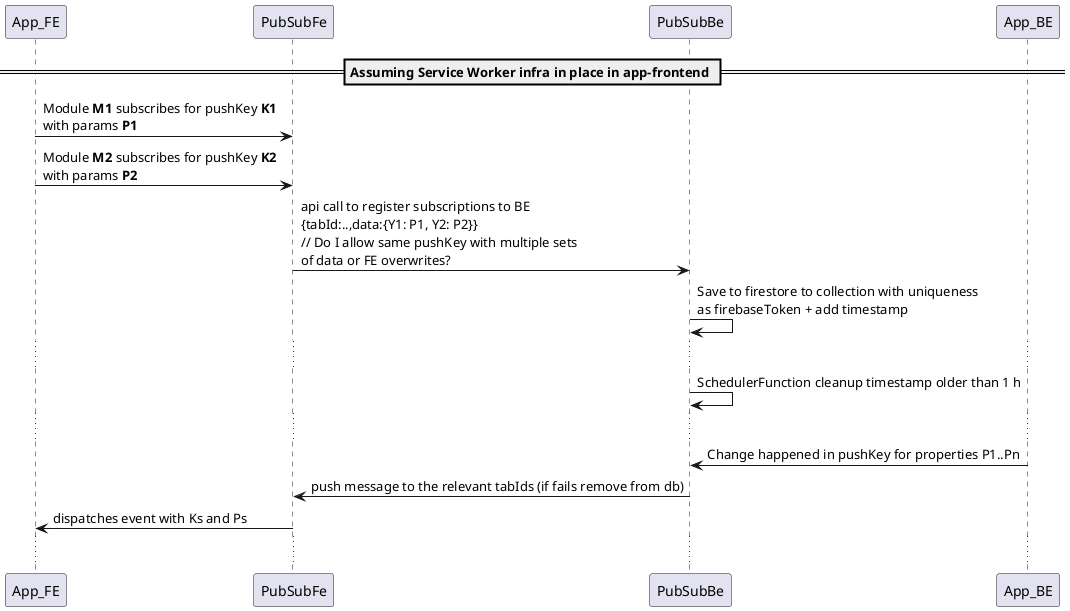
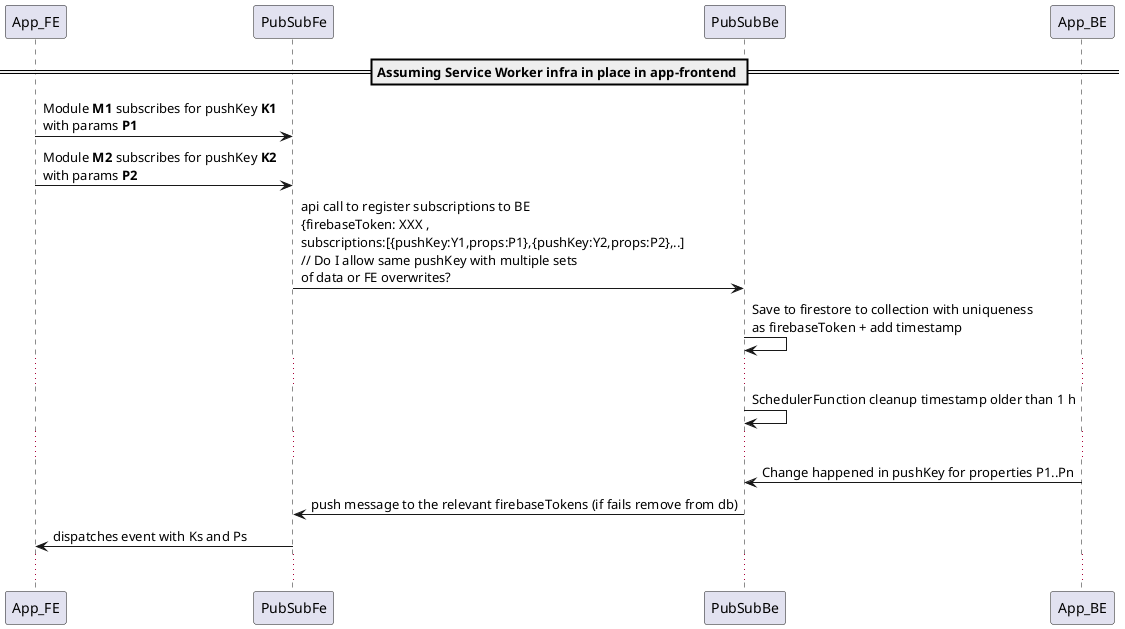
@startuml
participant App_FE
participant PubSubFe
participant PubSubBe
participant App_BE

== Assuming Service Worker infra in place in app-frontend ==

App_FE -> PubSubFe: Module <b>M1</b> subscribes for pushKey <b>K1</b>\nwith params <b>P1</b>
App_FE -> PubSubFe: Module <b>M2</b> subscribes for pushKey <b>K2</b>\nwith params <b>P2</b>
- PubSubFe -> PubSubBe: api call to register subscriptions to BE \n{tabId:..,data:{Y1: P1, Y2: P2}}\n// Do I allow same pushKey with multiple sets\nof data or FE overwrites?
+ PubSubFe -> PubSubBe: api call to register subscriptions to BE \n{firebaseToken: XXX ,\nsubscriptions:[{pushKey:Y1,props:P1},{pushKey:Y2,props:P2},..]\n// Do I allow same pushKey with multiple sets\nof data or FE overwrites?
PubSubBe -> PubSubBe: Save to firestore to collection with uniqueness\nas firebaseToken + add timestamp
...
PubSubBe -> PubSubBe: SchedulerFunction cleanup timestamp older than 1 h
...
App_BE -> PubSubBe: Change happened in pushKey for properties P1..Pn
- PubSubBe -> PubSubFe: push message to the relevant tabIds (if fails remove from db)
+ PubSubBe -> PubSubFe: push message to the relevant firebaseTokens (if fails remove from db)
PubSubFe -> App_FE: dispatches event with Ks and Ps
...

@enduml